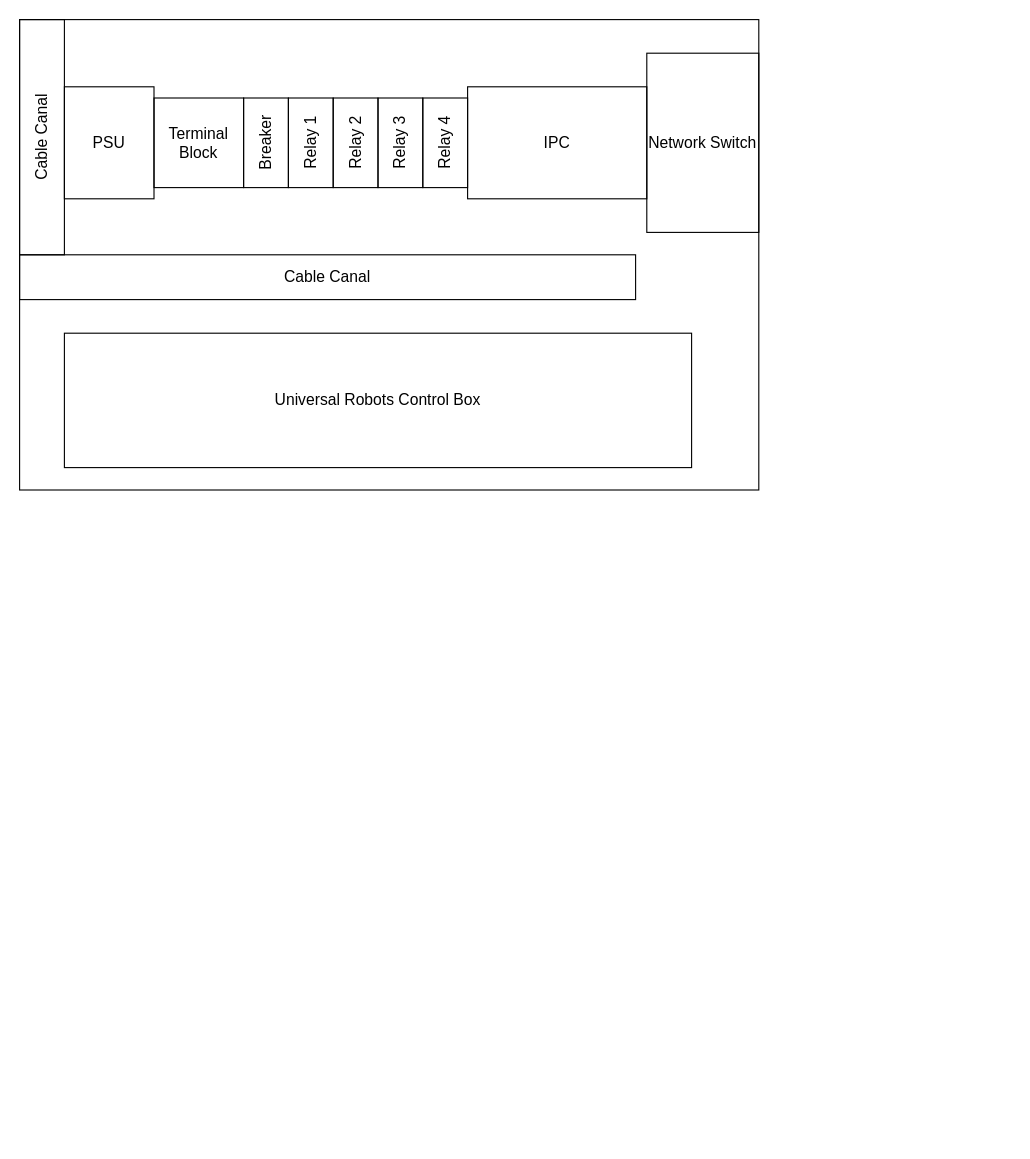
This is Electric_Diagram.drawio from frangonzalez98/Diagramas_PFG, a draw.io file, before an edit. Source tidied: cells renumbered, new cells numbered last; positions are measured from the earlier drawing's top-left corner, leaving out a move shared by most shapes. Both pictures are drawn from the tidied source at 112%, with x=0, y=0 at pixel (-76, 19).
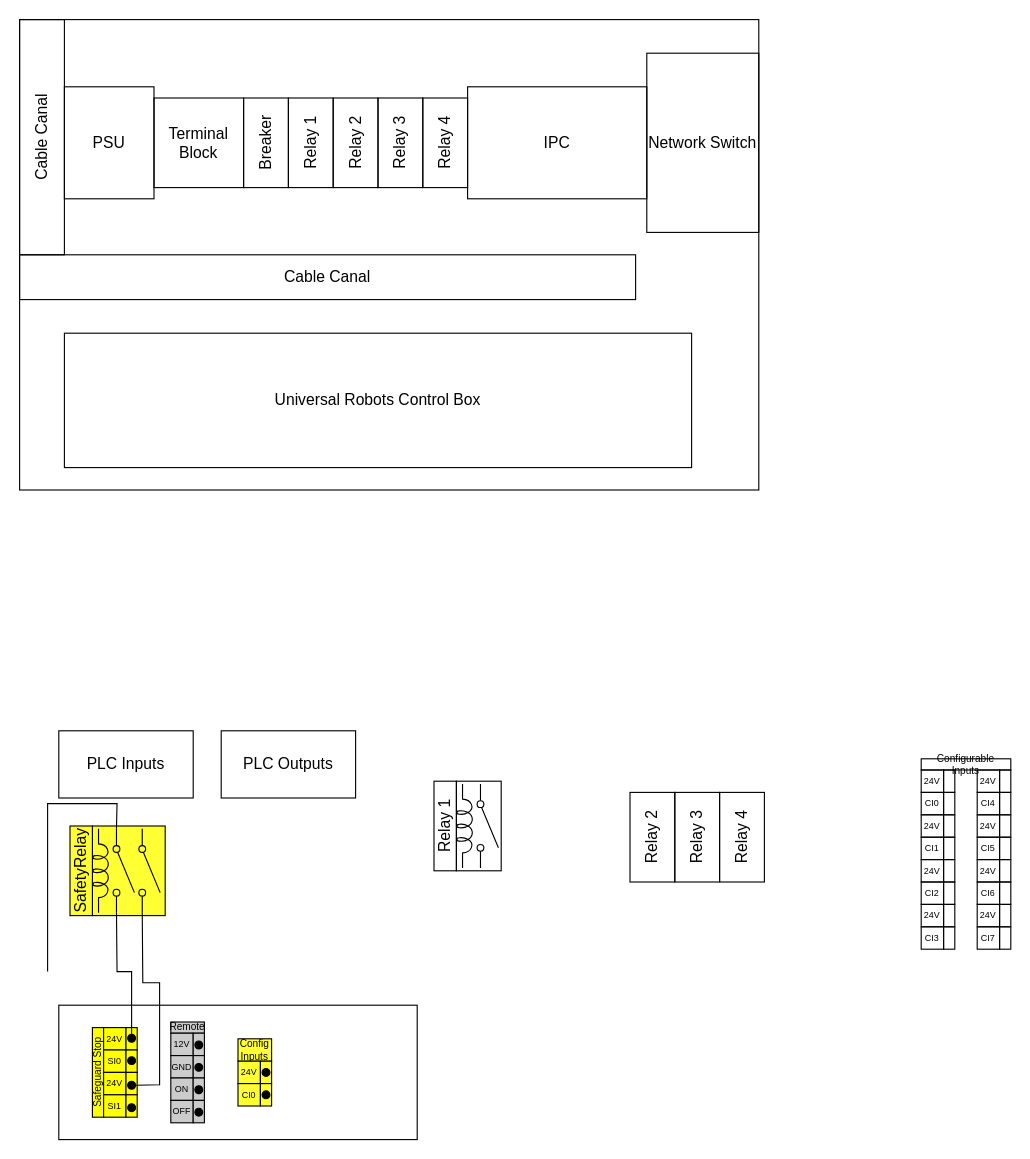
Above is the later version.

Diff of the diagram source:
```diff
@@
+    <mxCell id="15" style="rounded=0;whiteSpace=wrap;html=1;fillColor=none;fontSize=14;" parent="1" vertex="1">
+      <mxGeometry x="120" y="880" width="320" height="120" as="geometry" />
+    </mxCell>
+    <mxCell id="16" value="&lt;div style=&quot;font-size: 14px;&quot;&gt;Relay 1&lt;/div&gt;" style="rounded=0;whiteSpace=wrap;html=1;fillColor=none;rotation=-90;fontSize=14;" parent="1" vertex="1">
+      <mxGeometry x="425" y="710" width="80" height="20" as="geometry" />
+    </mxCell>
+    <mxCell id="17" value="&lt;div style=&quot;font-size: 14px;&quot;&gt;Relay 2&lt;br&gt;&lt;/div&gt;" style="rounded=0;whiteSpace=wrap;html=1;fillColor=none;rotation=-90;fontSize=14;" parent="1" vertex="1">
+      <mxGeometry x="610" y="710" width="80" height="40" as="geometry" />
+    </mxCell>
+    <mxCell id="18" value="&lt;div style=&quot;font-size: 14px;&quot;&gt;Relay 3&lt;/div&gt;" style="rounded=0;whiteSpace=wrap;html=1;fillColor=none;rotation=-90;fontSize=14;" parent="1" vertex="1">
+      <mxGeometry x="650" y="710" width="80" height="40" as="geometry" />
+    </mxCell>
+    <mxCell id="19" value="&lt;div style=&quot;font-size: 14px;&quot;&gt;Relay 4&lt;/div&gt;" style="rounded=0;whiteSpace=wrap;html=1;fillColor=none;rotation=-90;fontSize=14;" parent="1" vertex="1">
+      <mxGeometry x="690" y="710" width="80" height="40" as="geometry" />
+    </mxCell>
+    <mxCell id="20" value="PLC Inputs" style="rounded=0;whiteSpace=wrap;html=1;fontSize=14;fillColor=none;" parent="1" vertex="1">
+      <mxGeometry x="120" y="635" width="120" height="60" as="geometry" />
+    </mxCell>
+    <mxCell id="21" value="&lt;div&gt;PLC Outputs&lt;/div&gt;" style="rounded=0;whiteSpace=wrap;html=1;fontSize=14;fillColor=none;" parent="1" vertex="1">
+      <mxGeometry x="265" y="635" width="120" height="60" as="geometry" />
+    </mxCell>
+    <mxCell id="22" style="group;" parent="1" vertex="1">
+      <mxGeometry x="475" y="680" width="40" height="80" as="geometry" />
+    </mxCell>
+    <mxCell id="23" style="shape=mxgraph.electrical.electro-mechanical.singleSwitch;elSwitchState=off;fontSize=14;fillColor=none;rotation=90;" parent="22" vertex="1">
+      <mxGeometry x="-10" y="30" width="75" height="20" as="geometry" />
+    </mxCell>
+    <mxCell id="24" style="verticalLabelPosition=bottom;shadow=0;dashed=0;align=center;html=1;verticalAlign=top;shape=mxgraph.electrical.inductors.inductor_5;fontSize=14;fillColor=none;rotation=90;" parent="22" vertex="1">
+      <mxGeometry x="-30" y="33" width="75" height="14" as="geometry" />
+    </mxCell>
+    <mxCell id="25" style="rounded=0;whiteSpace=wrap;html=1;fontSize=14;fillColor=none;" parent="22" vertex="1">
+      <mxGeometry width="40" height="80" as="geometry" />
+    </mxCell>
+    <mxCell id="26" value="Configurable Inputs" style="rounded=0;whiteSpace=wrap;html=1;fontSize=9;fillColor=none;rotation=0;" parent="1" vertex="1">
+      <mxGeometry x="890" y="660" width="80" height="10" as="geometry" />
+    </mxCell>
+    <mxCell id="27" value="24V" style="rounded=0;whiteSpace=wrap;html=1;fontSize=8;fillColor=none;" parent="1" vertex="1">
+      <mxGeometry x="890" y="670" width="20" height="20" as="geometry" />
+    </mxCell>
+    <mxCell id="28" value="CI0" style="rounded=0;whiteSpace=wrap;html=1;fontSize=8;fillColor=none;" parent="1" vertex="1">
+      <mxGeometry x="890" y="690" width="20" height="20" as="geometry" />
+    </mxCell>
+    <mxCell id="29" value="24V" style="rounded=0;whiteSpace=wrap;html=1;fontSize=8;fillColor=none;" parent="1" vertex="1">
+      <mxGeometry x="890" y="710" width="20" height="20" as="geometry" />
+    </mxCell>
+    <mxCell id="30" value="CI1" style="rounded=0;whiteSpace=wrap;html=1;fontSize=8;fillColor=none;" parent="1" vertex="1">
+      <mxGeometry x="890" y="730" width="20" height="20" as="geometry" />
+    </mxCell>
+    <mxCell id="31" style="rounded=0;whiteSpace=wrap;html=1;fontSize=9;fillColor=none;" parent="1" vertex="1">
+      <mxGeometry x="910" y="670" width="10" height="20" as="geometry" />
+    </mxCell>
+    <mxCell id="32" style="rounded=0;whiteSpace=wrap;html=1;fontSize=9;fillColor=none;" parent="1" vertex="1">
+      <mxGeometry x="910" y="690" width="10" height="20" as="geometry" />
+    </mxCell>
+    <mxCell id="33" style="rounded=0;whiteSpace=wrap;html=1;fontSize=9;fillColor=none;" parent="1" vertex="1">
+      <mxGeometry x="910" y="710" width="10" height="20" as="geometry" />
+    </mxCell>
+    <mxCell id="34" style="rounded=0;whiteSpace=wrap;html=1;fontSize=9;fillColor=none;" parent="1" vertex="1">
+      <mxGeometry x="910" y="730" width="10" height="20" as="geometry" />
+    </mxCell>
+    <mxCell id="35" value="24V" style="rounded=0;whiteSpace=wrap;html=1;fontSize=8;fillColor=none;" parent="1" vertex="1">
+      <mxGeometry x="890" y="750" width="20" height="20" as="geometry" />
+    </mxCell>
+    <mxCell id="36" value="CI2" style="rounded=0;whiteSpace=wrap;html=1;fontSize=8;fillColor=none;" parent="1" vertex="1">
+      <mxGeometry x="890" y="770" width="20" height="20" as="geometry" />
+    </mxCell>
+    <mxCell id="37" value="24V" style="rounded=0;whiteSpace=wrap;html=1;fontSize=8;fillColor=none;" parent="1" vertex="1">
+      <mxGeometry x="890" y="790" width="20" height="20" as="geometry" />
+    </mxCell>
+    <mxCell id="38" value="CI3" style="rounded=0;whiteSpace=wrap;html=1;fontSize=8;fillColor=none;" parent="1" vertex="1">
+      <mxGeometry x="890" y="810" width="20" height="20" as="geometry" />
+    </mxCell>
+    <mxCell id="39" style="rounded=0;whiteSpace=wrap;html=1;fontSize=9;fillColor=none;" parent="1" vertex="1">
+      <mxGeometry x="910" y="750" width="10" height="20" as="geometry" />
+    </mxCell>
+    <mxCell id="40" style="rounded=0;whiteSpace=wrap;html=1;fontSize=9;fillColor=none;" parent="1" vertex="1">
+      <mxGeometry x="910" y="770" width="10" height="20" as="geometry" />
+    </mxCell>
+    <mxCell id="41" style="rounded=0;whiteSpace=wrap;html=1;fontSize=9;fillColor=none;" parent="1" vertex="1">
+      <mxGeometry x="910" y="790" width="10" height="20" as="geometry" />
+    </mxCell>
+    <mxCell id="42" style="rounded=0;whiteSpace=wrap;html=1;fontSize=9;fillColor=none;" parent="1" vertex="1">
+      <mxGeometry x="910" y="810" width="10" height="20" as="geometry" />
+    </mxCell>
+    <mxCell id="43" value="24V" style="rounded=0;whiteSpace=wrap;html=1;fontSize=8;fillColor=none;" parent="1" vertex="1">
+      <mxGeometry x="940" y="670" width="20" height="20" as="geometry" />
+    </mxCell>
+    <mxCell id="44" value="CI4" style="rounded=0;whiteSpace=wrap;html=1;fontSize=8;fillColor=none;" parent="1" vertex="1">
+      <mxGeometry x="940" y="690" width="20" height="20" as="geometry" />
+    </mxCell>
+    <mxCell id="45" value="24V" style="rounded=0;whiteSpace=wrap;html=1;fontSize=8;fillColor=none;" parent="1" vertex="1">
+      <mxGeometry x="940" y="710" width="20" height="20" as="geometry" />
+    </mxCell>
+    <mxCell id="46" value="CI5" style="rounded=0;whiteSpace=wrap;html=1;fontSize=8;fillColor=none;" parent="1" vertex="1">
+      <mxGeometry x="940" y="730" width="20" height="20" as="geometry" />
+    </mxCell>
+    <mxCell id="47" style="rounded=0;whiteSpace=wrap;html=1;fontSize=9;fillColor=none;" parent="1" vertex="1">
+      <mxGeometry x="960" y="670" width="10" height="20" as="geometry" />
+    </mxCell>
+    <mxCell id="48" style="rounded=0;whiteSpace=wrap;html=1;fontSize=9;fillColor=none;" parent="1" vertex="1">
+      <mxGeometry x="960" y="690" width="10" height="20" as="geometry" />
+    </mxCell>
+    <mxCell id="49" style="rounded=0;whiteSpace=wrap;html=1;fontSize=9;fillColor=none;" parent="1" vertex="1">
+      <mxGeometry x="960" y="710" width="10" height="20" as="geometry" />
+    </mxCell>
+    <mxCell id="50" style="rounded=0;whiteSpace=wrap;html=1;fontSize=9;fillColor=none;" parent="1" vertex="1">
+      <mxGeometry x="960" y="730" width="10" height="20" as="geometry" />
+    </mxCell>
+    <mxCell id="51" value="24V" style="rounded=0;whiteSpace=wrap;html=1;fontSize=8;fillColor=none;" parent="1" vertex="1">
+      <mxGeometry x="940" y="750" width="20" height="20" as="geometry" />
+    </mxCell>
+    <mxCell id="52" value="CI6" style="rounded=0;whiteSpace=wrap;html=1;fontSize=8;fillColor=none;" parent="1" vertex="1">
+      <mxGeometry x="940" y="770" width="20" height="20" as="geometry" />
+    </mxCell>
+    <mxCell id="53" value="24V" style="rounded=0;whiteSpace=wrap;html=1;fontSize=8;fillColor=none;" parent="1" vertex="1">
+      <mxGeometry x="940" y="790" width="20" height="20" as="geometry" />
+    </mxCell>
+    <mxCell id="54" value="CI7" style="rounded=0;whiteSpace=wrap;html=1;fontSize=8;fillColor=none;" parent="1" vertex="1">
+      <mxGeometry x="940" y="810" width="20" height="20" as="geometry" />
+    </mxCell>
+    <mxCell id="55" style="rounded=0;whiteSpace=wrap;html=1;fontSize=9;fillColor=none;" parent="1" vertex="1">
+      <mxGeometry x="960" y="750" width="10" height="20" as="geometry" />
+    </mxCell>
+    <mxCell id="56" style="rounded=0;whiteSpace=wrap;html=1;fontSize=9;fillColor=none;" parent="1" vertex="1">
+      <mxGeometry x="960" y="770" width="10" height="20" as="geometry" />
+    </mxCell>
+    <mxCell id="57" style="rounded=0;whiteSpace=wrap;html=1;fontSize=9;fillColor=none;" parent="1" vertex="1">
+      <mxGeometry x="960" y="790" width="10" height="20" as="geometry" />
+    </mxCell>
+    <mxCell id="58" style="rounded=0;whiteSpace=wrap;html=1;fontSize=9;fillColor=none;" parent="1" vertex="1">
+      <mxGeometry x="960" y="810" width="10" height="20" as="geometry" />
+    </mxCell>
+    <mxCell id="59" style="group;" parent="1" vertex="1">
+      <mxGeometry x="150" y="900" width="45" height="80" as="geometry" />
+    </mxCell>
+    <mxCell id="60" value="&lt;div style=&quot;font-size: 9px;&quot;&gt;Safeguard Stop&lt;/div&gt;" style="rounded=0;whiteSpace=wrap;html=1;fontSize=9;fillColor=#ffff00;rotation=-90;" parent="59" vertex="1">
+      <mxGeometry x="-35" y="35" width="80" height="10" as="geometry" />
+    </mxCell>
+    <mxCell id="61" value="24V" style="rounded=0;whiteSpace=wrap;html=1;fontSize=8;fillColor=#ffff00;" parent="59" vertex="1">
+      <mxGeometry x="10" width="20" height="20" as="geometry" />
+    </mxCell>
+    <mxCell id="62" value="SI0" style="rounded=0;whiteSpace=wrap;html=1;fontSize=8;fillColor=#ffff00;" parent="59" vertex="1">
+      <mxGeometry x="10" y="20" width="20" height="20" as="geometry" />
+    </mxCell>
+    <mxCell id="63" value="24V" style="rounded=0;whiteSpace=wrap;html=1;fontSize=8;fillColor=#ffff00;" parent="59" vertex="1">
+      <mxGeometry x="10" y="40" width="20" height="20" as="geometry" />
+    </mxCell>
+    <mxCell id="64" value="SI1" style="rounded=0;whiteSpace=wrap;html=1;fontSize=8;fillColor=#ffff00;" parent="59" vertex="1">
+      <mxGeometry x="10" y="60" width="20" height="20" as="geometry" />
+    </mxCell>
+    <mxCell id="65" style="rounded=0;whiteSpace=wrap;html=1;fontSize=9;fillColor=#ffff00;" parent="59" vertex="1">
+      <mxGeometry x="30" width="10" height="20" as="geometry" />
+    </mxCell>
+    <mxCell id="66" style="rounded=0;whiteSpace=wrap;html=1;fontSize=9;fillColor=#ffff00;" parent="59" vertex="1">
+      <mxGeometry x="30" y="20" width="10" height="20" as="geometry" />
+    </mxCell>
+    <mxCell id="67" style="rounded=0;whiteSpace=wrap;html=1;fontSize=9;fillColor=#ffff00;" parent="59" vertex="1">
+      <mxGeometry x="30" y="40" width="10" height="20" as="geometry" />
+    </mxCell>
+    <mxCell id="68" style="rounded=0;whiteSpace=wrap;html=1;fontSize=9;fillColor=#ffff00;" parent="59" vertex="1">
+      <mxGeometry x="30" y="60" width="10" height="20" as="geometry" />
+    </mxCell>
+    <mxCell id="69" style="ellipse;whiteSpace=wrap;html=1;strokeColor=#000000;fontSize=8;fillColor=#000000;" parent="59" vertex="1">
+      <mxGeometry x="31.5" y="26" width="7" height="7" as="geometry" />
+    </mxCell>
+    <mxCell id="70" style="ellipse;whiteSpace=wrap;html=1;strokeColor=#000000;fontSize=8;fillColor=#000000;" parent="59" vertex="1">
+      <mxGeometry x="31.5" y="6" width="7" height="7" as="geometry" />
+    </mxCell>
+    <mxCell id="71" style="ellipse;whiteSpace=wrap;html=1;strokeColor=#000000;fontSize=8;fillColor=#000000;" parent="59" vertex="1">
+      <mxGeometry x="31.5" y="68" width="7" height="7" as="geometry" />
+    </mxCell>
+    <mxCell id="72" style="ellipse;whiteSpace=wrap;html=1;strokeColor=#000000;fontSize=8;fillColor=#000000;" parent="59" vertex="1">
+      <mxGeometry x="31.5" y="48" width="7" height="7" as="geometry" />
+    </mxCell>
+    <mxCell id="73" style="group;" parent="1" vertex="1">
+      <mxGeometry x="220" y="895" width="30" height="90" as="geometry" />
+    </mxCell>
+    <mxCell id="74" value="Remote" style="rounded=0;whiteSpace=wrap;html=1;fontSize=9;fillColor=#CCCCCC;rotation=0;" parent="73" vertex="1">
+      <mxGeometry width="30" height="10" as="geometry" />
+    </mxCell>
+    <mxCell id="75" value="12V" style="rounded=0;whiteSpace=wrap;html=1;fontSize=8;fillColor=#CCCCCC;" parent="73" vertex="1">
+      <mxGeometry y="10" width="20" height="20" as="geometry" />
+    </mxCell>
+    <mxCell id="76" value="GND" style="rounded=0;whiteSpace=wrap;html=1;fontSize=8;fillColor=#CCCCCC;" parent="73" vertex="1">
+      <mxGeometry y="30" width="20" height="20" as="geometry" />
+    </mxCell>
+    <mxCell id="77" value="ON" style="rounded=0;whiteSpace=wrap;html=1;fontSize=8;fillColor=#CCCCCC;" parent="73" vertex="1">
+      <mxGeometry y="50" width="20" height="20" as="geometry" />
+    </mxCell>
+    <mxCell id="78" value="OFF" style="rounded=0;whiteSpace=wrap;html=1;fontSize=8;fillColor=#CCCCCC;" parent="73" vertex="1">
+      <mxGeometry y="70" width="20" height="20" as="geometry" />
+    </mxCell>
+    <mxCell id="79" style="rounded=0;whiteSpace=wrap;html=1;fontSize=9;fillColor=#CCCCCC;" parent="73" vertex="1">
+      <mxGeometry x="20" y="10" width="10" height="20" as="geometry" />
+    </mxCell>
+    <mxCell id="80" style="rounded=0;whiteSpace=wrap;html=1;fontSize=9;fillColor=#CCCCCC;" parent="73" vertex="1">
+      <mxGeometry x="20" y="30" width="10" height="20" as="geometry" />
+    </mxCell>
+    <mxCell id="81" style="rounded=0;whiteSpace=wrap;html=1;fontSize=9;fillColor=#CCCCCC;" parent="73" vertex="1">
+      <mxGeometry x="20" y="50" width="10" height="20" as="geometry" />
+    </mxCell>
+    <mxCell id="82" style="rounded=0;whiteSpace=wrap;html=1;fontSize=9;fillColor=#CCCCCC;" parent="73" vertex="1">
+      <mxGeometry x="20" y="70" width="10" height="20" as="geometry" />
+    </mxCell>
+    <mxCell id="83" style="ellipse;whiteSpace=wrap;html=1;strokeColor=#000000;fontSize=8;fillColor=#000000;" parent="73" vertex="1">
+      <mxGeometry x="21.5" y="77" width="7" height="7" as="geometry" />
+    </mxCell>
+    <mxCell id="84" style="ellipse;whiteSpace=wrap;html=1;strokeColor=#000000;fontSize=8;fillColor=#000000;" parent="73" vertex="1">
+      <mxGeometry x="21.5" y="57" width="7" height="7" as="geometry" />
+    </mxCell>
+    <mxCell id="85" style="ellipse;whiteSpace=wrap;html=1;strokeColor=#000000;fontSize=8;fillColor=#000000;" parent="73" vertex="1">
+      <mxGeometry x="21.5" y="37" width="7" height="7" as="geometry" />
+    </mxCell>
+    <mxCell id="86" style="ellipse;whiteSpace=wrap;html=1;strokeColor=#000000;fontSize=8;fillColor=#000000;" parent="73" vertex="1">
+      <mxGeometry x="21.5" y="17" width="7" height="7" as="geometry" />
+    </mxCell>
+    <mxCell id="87" style="group;" parent="1" vertex="1">
+      <mxGeometry x="280" y="910" width="30" height="60" as="geometry" />
+    </mxCell>
+    <mxCell id="88" value="&lt;div&gt;Config Inputs&lt;/div&gt;" style="rounded=0;whiteSpace=wrap;html=1;fontSize=9;fillColor=#FFFF33;rotation=0;" parent="87" vertex="1">
+      <mxGeometry width="30" height="20" as="geometry" />
+    </mxCell>
+    <mxCell id="89" value="24V" style="rounded=0;whiteSpace=wrap;html=1;fontSize=8;fillColor=#FFFF33;" parent="87" vertex="1">
+      <mxGeometry y="20" width="20" height="20" as="geometry" />
+    </mxCell>
+    <mxCell id="90" value="CI0" style="rounded=0;whiteSpace=wrap;html=1;fontSize=8;fillColor=#FFFF33;" parent="87" vertex="1">
+      <mxGeometry y="40" width="20" height="20" as="geometry" />
+    </mxCell>
+    <mxCell id="91" style="rounded=0;whiteSpace=wrap;html=1;fontSize=9;fillColor=#FFFF33;" parent="87" vertex="1">
+      <mxGeometry x="20" y="20" width="10" height="20" as="geometry" />
+    </mxCell>
+    <mxCell id="92" style="rounded=0;whiteSpace=wrap;html=1;fontSize=9;fillColor=#FFFF33;" parent="87" vertex="1">
+      <mxGeometry x="20" y="40" width="10" height="20" as="geometry" />
+    </mxCell>
+    <mxCell id="93" style="ellipse;whiteSpace=wrap;html=1;strokeColor=#000000;fontSize=8;fillColor=#000000;" parent="87" vertex="1">
+      <mxGeometry x="21.5" y="46.5" width="7" height="7" as="geometry" />
+    </mxCell>
+    <mxCell id="94" style="ellipse;whiteSpace=wrap;html=1;strokeColor=#000000;fontSize=8;fillColor=#000000;" parent="87" vertex="1">
+      <mxGeometry x="21.5" y="26.5" width="7" height="7" as="geometry" />
+    </mxCell>
+    <mxCell id="95" style="group;" parent="1" vertex="1">
+      <mxGeometry x="130" y="720" width="85" height="80" as="geometry" />
+    </mxCell>
+    <mxCell id="96" style="rounded=0;whiteSpace=wrap;html=1;fontSize=14;fillColor=#FFFF33;" parent="95" vertex="1">
+      <mxGeometry x="20" width="65" height="80" as="geometry" />
+    </mxCell>
+    <mxCell id="97" value="SafetyRelay" style="rounded=0;whiteSpace=wrap;html=1;fillColor=#FFFF33;rotation=-90;fontSize=14;" parent="95" vertex="1">
+      <mxGeometry x="-30" y="30" width="80" height="20" as="geometry" />
+    </mxCell>
+    <mxCell id="98" style="shape=mxgraph.electrical.electro-mechanical.singleSwitch;elSwitchState=off;fontSize=14;fillColor=#FFFF33;rotation=90;" parent="95" vertex="1">
+      <mxGeometry x="10" y="30" width="75" height="20" as="geometry" />
+    </mxCell>
+    <mxCell id="99" style="verticalLabelPosition=bottom;shadow=0;dashed=0;align=center;html=1;verticalAlign=top;shape=mxgraph.electrical.inductors.inductor_5;fontSize=14;fillColor=#FFFF33;rotation=90;" parent="95" vertex="1">
+      <mxGeometry x="-10" y="33" width="75" height="14" as="geometry" />
+    </mxCell>
+    <mxCell id="100" style="shape=mxgraph.electrical.electro-mechanical.singleSwitch;elSwitchState=off;fontSize=14;fillColor=#FFFF33;rotation=90;" parent="95" vertex="1">
+      <mxGeometry x="33" y="30" width="75" height="20" as="geometry" />
+    </mxCell>
+    <mxCell id="101" style="endArrow=none;html=1;rounded=0;fontSize=8;exitX=0.5;exitY=0;exitDx=0;exitDy=0;entryX=1;entryY=0.8;entryDx=0;entryDy=0;" parent="1" edge="1" source="70" target="98">
+      <mxGeometry relative="1" as="geometry">
+        <Array as="points">
+          <mxPoint x="185" y="850" />
+          <mxPoint x="172" y="850" />
+        </Array>
+      </mxGeometry>
+    </mxCell>
+    <mxCell id="102" style="endArrow=none;html=1;rounded=0;fontSize=8;exitX=1;exitY=0.5;exitDx=0;exitDy=0;entryX=1;entryY=0.8;entryDx=0;entryDy=0;" parent="1" edge="1" source="72" target="100">
+      <mxGeometry relative="1" as="geometry">
+        <Array as="points">
+          <mxPoint x="210" y="951" />
+          <mxPoint x="210" y="860" />
+          <mxPoint x="195" y="860" />
+        </Array>
+      </mxGeometry>
+    </mxCell>
+    <mxCell id="103" style="endArrow=none;html=1;rounded=0;fontSize=8;entryX=0;entryY=0.8;entryDx=0;entryDy=0;" parent="1" edge="1" target="98">
+      <mxGeometry relative="1" as="geometry">
+        <mxPoint x="110" y="850" as="sourcePoint" />
+        <Array as="points">
+          <mxPoint x="110" y="700" />
+          <mxPoint x="172" y="700" />
+        </Array>
+      </mxGeometry>
+    </mxCell>
```
